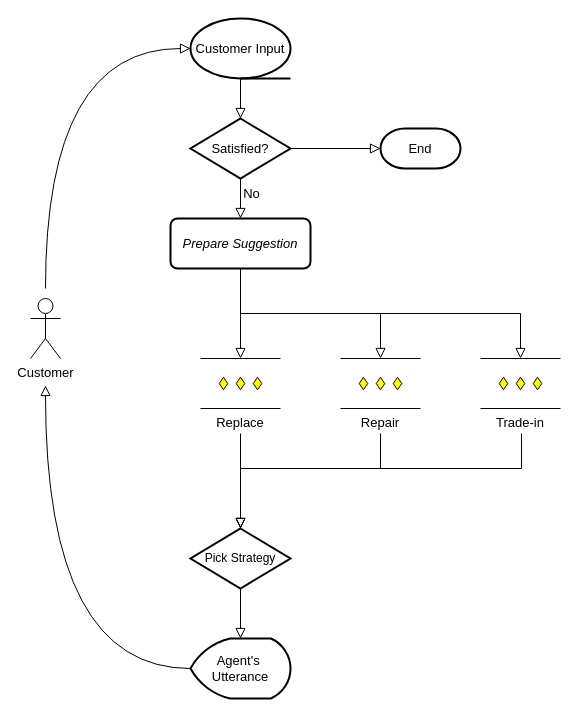
The draw.io diagram page "tech_inspection" (2 of 3) of doc/XoT_Tutorial_Diagrams.drawio in Dingdong-LIU/XoT_Tutorial, before the edit. Source tidied: cells renumbered, new cells numbered last; positions are measured from the earlier drawing's top-left corner, leaving out a move shared by most shapes. Both pictures are drawn from the tidied source at 100%, with x=0, y=0 at pixel (30, 18).
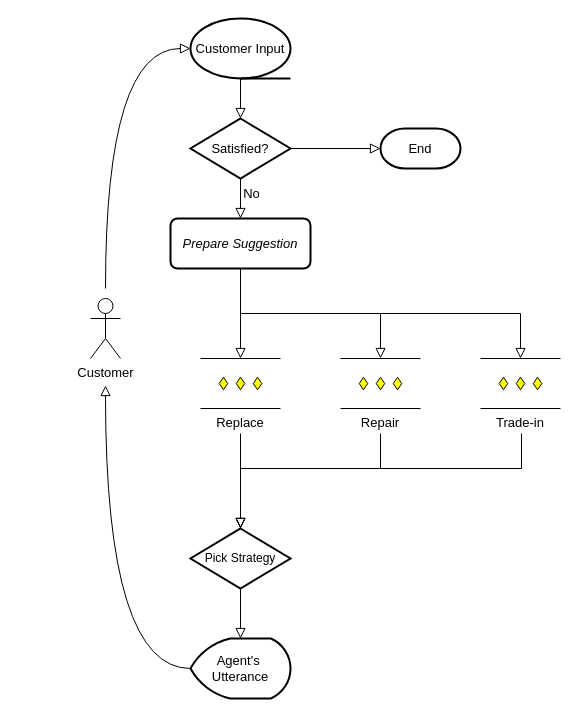
After the change.

The change refers to these unchanged cells:
```xml
<mxCell id="16" value="Customer Input" style="strokeWidth=2;html=1;shape=mxgraph.flowchart.sequential_data;whiteSpace=wrap;fontFamily=Helvetica;fontSize=13;fontColor=default;labelBackgroundColor=default;" parent="1" vertex="1">
  <mxGeometry x="160" width="100" height="60" as="geometry" />
</mxCell>
```

Diff of the diagram source:
```diff
@@
     <mxCell id="15" value="Customer" style="shape=umlActor;verticalLabelPosition=bottom;verticalAlign=top;html=1;outlineConnect=0;fontFamily=Helvetica;fontSize=13;fontColor=default;labelBackgroundColor=default;" parent="1" vertex="1">
-      <mxGeometry y="280" width="30" height="60" as="geometry" />
+      <mxGeometry x="60" y="280" width="30" height="60" as="geometry" />
     </mxCell>
+    <mxCell id="25" style="edgeStyle=orthogonalEdgeStyle;rounded=0;jettySize=auto;html=1;exitX=0;exitY=0.5;exitDx=0;exitDy=0;exitPerimeter=0;targetPerimeterSpacing=10;endArrow=none;endFill=0;startArrow=block;startFill=0;startSize=8;curved=1;" parent="1" edge="1" source="16" target="15">
+      <mxGeometry relative="1" as="geometry" />
+    </mxCell>
@@
-    <mxCell id="23" style="edgeStyle=orthogonalEdgeStyle;rounded=0;jettySize=auto;html=1;entryX=0;entryY=0.5;entryDx=0;entryDy=0;entryPerimeter=0;strokeColor=default;align=center;verticalAlign=middle;fontFamily=Helvetica;fontSize=13;fontColor=default;labelBackgroundColor=default;endArrow=block;endFill=0;endSize=8;curved=1;sourcePerimeterSpacing=10;" parent="1" edge="1" source="15" target="16">
-      <mxGeometry relative="1" as="geometry">
-        <Array as="points">
-          <mxPoint x="15" y="30" />
-        </Array>
-      </mxGeometry>
-    </mxCell>
```
